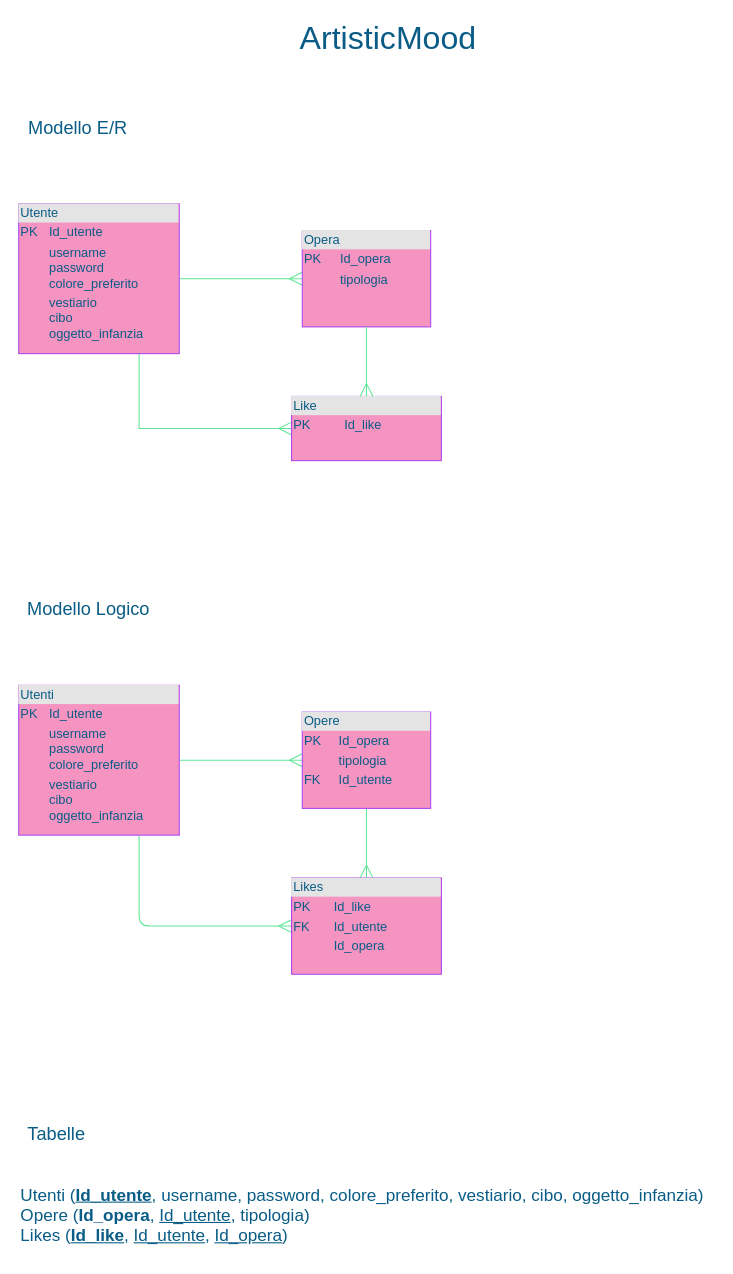
Before: ArtisticMood.drawio in ChiaraGismondi02/ArtisticMood, a draw.io diagram. Source tidied: cells renumbered, new cells numbered last; positions are measured from the earlier drawing's top-left corner, leaving out a move shared by most shapes. Both pictures are drawn from the tidied source at 107%, with x=0, y=0 at pixel (18, 21).
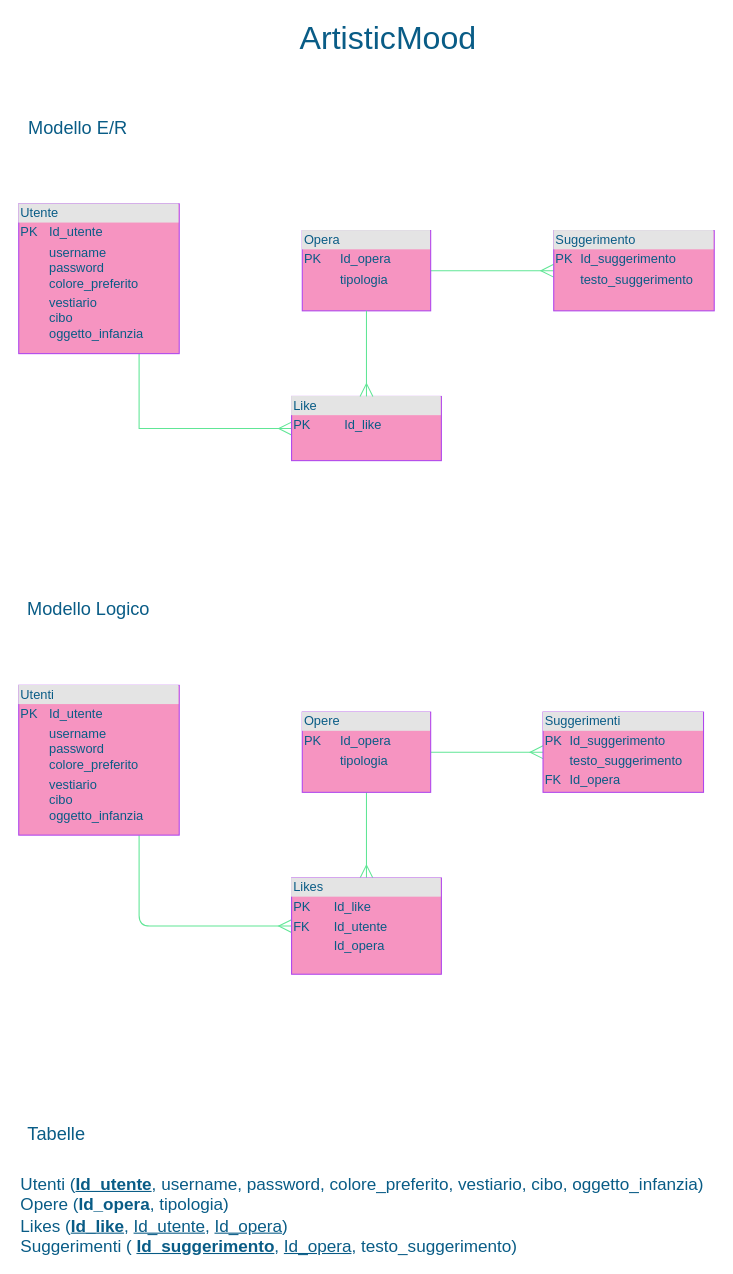
Above is the later version.

The change refers to these unchanged cells:
```xml
<mxCell id="4" value="&lt;div style=&quot;box-sizing: border-box ; width: 100% ; background: #e4e4e4 ; padding: 2px&quot;&gt;Utente&lt;/div&gt;&lt;table style=&quot;width: 100% ; font-size: 1em&quot; cellpadding=&quot;2&quot; cellspacing=&quot;0&quot;&gt;&lt;tbody&gt;&lt;tr&gt;&lt;td&gt;PK&lt;/td&gt;&lt;td&gt;Id_utente&lt;br&gt;&lt;/td&gt;&lt;/tr&gt;&lt;tr&gt;&lt;td&gt;&lt;br&gt;&lt;/td&gt;&lt;td&gt;username&lt;br&gt;password&lt;br&gt;colore_preferito&lt;/td&gt;&lt;/tr&gt;&lt;tr&gt;&lt;td&gt;&lt;/td&gt;&lt;td&gt;vestiario&lt;br&gt;cibo&lt;br&gt;oggetto_infanzia&lt;br&gt;&lt;/td&gt;&lt;/tr&gt;&lt;/tbody&gt;&lt;/table&gt;" style="verticalAlign=top;align=left;overflow=fill;html=1;fillColor=#F694C1;strokeColor=#AF45ED;fontColor=#095C86;" parent="1" vertex="1">
  <mxGeometry y="170" width="150" height="140" as="geometry" />
</mxCell>
<mxCell id="13" value="&lt;div style=&quot;box-sizing: border-box ; width: 100% ; background: #e4e4e4 ; padding: 2px&quot;&gt;Utenti&lt;/div&gt;&lt;table style=&quot;width: 100% ; font-size: 1em&quot; cellpadding=&quot;2&quot; cellspacing=&quot;0&quot;&gt;&lt;tbody&gt;&lt;tr&gt;&lt;td&gt;PK&lt;/td&gt;&lt;td&gt;Id_utente&lt;br&gt;&lt;/td&gt;&lt;/tr&gt;&lt;tr&gt;&lt;td&gt;&lt;br&gt;&lt;/td&gt;&lt;td&gt;username&lt;br&gt;password&lt;br&gt;colore_preferito&lt;/td&gt;&lt;/tr&gt;&lt;tr&gt;&lt;td&gt;&lt;/td&gt;&lt;td&gt;vestiario&lt;br&gt;cibo&lt;br&gt;oggetto_infanzia&lt;br&gt;&lt;/td&gt;&lt;/tr&gt;&lt;/tbody&gt;&lt;/table&gt;" style="verticalAlign=top;align=left;overflow=fill;html=1;fillColor=#F694C1;strokeColor=#AF45ED;fontColor=#095C86;" parent="1" vertex="1">
  <mxGeometry y="620" width="150" height="140" as="geometry" />
</mxCell>
<mxCell id="16" value="&lt;div style=&quot;box-sizing: border-box ; width: 100% ; background: #e4e4e4 ; padding: 2px&quot;&gt;Likes&lt;/div&gt;&lt;table style=&quot;width: 100% ; font-size: 1em&quot; cellpadding=&quot;2&quot; cellspacing=&quot;0&quot;&gt;&lt;tbody&gt;&lt;tr&gt;&lt;td&gt;PK&lt;/td&gt;&lt;td&gt;Id_like&lt;/td&gt;&lt;/tr&gt;&lt;tr&gt;&lt;td&gt;FK&lt;/td&gt;&lt;td&gt;Id_utente&lt;/td&gt;&lt;/tr&gt;&lt;tr&gt;&lt;td&gt;&lt;/td&gt;&lt;td&gt;Id_opera&lt;/td&gt;&lt;/tr&gt;&lt;/tbody&gt;&lt;/table&gt;" style="verticalAlign=top;align=left;overflow=fill;html=1;fillColor=#F694C1;strokeColor=#AF45ED;fontColor=#095C86;" parent="1" vertex="1">
  <mxGeometry x="255" y="800" width="140" height="90" as="geometry" />
</mxCell>
```

Diff of the diagram source:
```diff
@@
-    <mxCell id="3" style="edgeStyle=orthogonalEdgeStyle;rounded=0;jettySize=auto;html=1;exitX=1;exitY=0.5;exitDx=0;exitDy=0;entryX=0;entryY=0.5;entryDx=0;entryDy=0;endArrow=ERmany;endFill=0;endSize=10;strokeColor=#60E696;fontColor=#095C86;" parent="1" edge="1" source="4" target="5">
-      <mxGeometry relative="1" as="geometry" />
-    </mxCell>
@@
+    <mxCell id="19" style="edgeStyle=orthogonalEdgeStyle;curved=0;rounded=1;sketch=0;jettySize=auto;html=1;exitX=1;exitY=0.5;exitDx=0;exitDy=0;entryX=0;entryY=0.5;entryDx=0;entryDy=0;startArrow=none;startFill=0;endArrow=ERmany;endFill=0;startSize=10;endSize=10;strokeColor=#60E696;fontColor=#095C86;" parent="1" edge="1" source="5" target="21">
+      <mxGeometry relative="1" as="geometry" />
+    </mxCell>
     <mxCell id="5" value="&lt;div style=&quot;box-sizing: border-box ; width: 100% ; background: #e4e4e4 ; padding: 2px&quot;&gt;Opera&lt;/div&gt;&lt;table style=&quot;width: 100% ; font-size: 1em&quot; cellpadding=&quot;2&quot; cellspacing=&quot;0&quot;&gt;&lt;tbody&gt;&lt;tr&gt;&lt;td&gt;PK&lt;/td&gt;&lt;td&gt;Id_opera&lt;/td&gt;&lt;/tr&gt;&lt;tr&gt;&lt;td&gt;&lt;br&gt;&lt;/td&gt;&lt;td&gt;tipologia&lt;/td&gt;&lt;/tr&gt;&lt;tr&gt;&lt;td&gt;&lt;/td&gt;&lt;td&gt;&lt;br&gt;&lt;/td&gt;&lt;/tr&gt;&lt;/tbody&gt;&lt;/table&gt;" style="verticalAlign=top;align=left;overflow=fill;html=1;fillColor=#F694C1;strokeColor=#AF45ED;fontColor=#095C86;" parent="1" vertex="1">
-      <mxGeometry x="265" y="195" width="120" height="90" as="geometry" />
+      <mxGeometry x="265" y="195" width="120" height="75" as="geometry" />
     </mxCell>
@@
-    <mxCell id="11" style="edgeStyle=orthogonalEdgeStyle;curved=0;rounded=1;sketch=0;jettySize=auto;html=1;exitX=1;exitY=0.5;exitDx=0;exitDy=0;entryX=0;entryY=0.5;entryDx=0;entryDy=0;fontColor=#095C86;strokeColor=#60E696;fillColor=#F694C1;endArrow=ERmany;endFill=0;endSize=10;" parent="1" edge="1" source="13" target="15">
-      <mxGeometry relative="1" as="geometry" />
-    </mxCell>
-    <mxCell id="12" style="edgeStyle=orthogonalEdgeStyle;curved=0;rounded=1;sketch=0;jettySize=auto;html=1;exitX=0.75;exitY=1;exitDx=0;exitDy=0;entryX=0;entryY=0.5;entryDx=0;entryDy=0;fontColor=#095C86;startArrow=none;startFill=0;endArrow=ERmany;endFill=0;startSize=10;endSize=10;strokeColor=#60E696;fillColor=#F694C1;" parent="1" edge="1" source="13" target="16">
+    <mxCell id="12" style="edgeStyle=orthogonalEdgeStyle;curved=0;rounded=1;sketch=0;jettySize=auto;html=1;exitX=0.75;exitY=1;exitDx=0;exitDy=0;entryX=0;entryY=0.5;entryDx=0;entryDy=0;startArrow=none;startFill=0;endArrow=ERmany;endFill=0;startSize=10;endSize=10;strokeColor=#60E696;fontColor=#095C86;" parent="1" edge="1" source="13" target="16">
       <mxGeometry relative="1" as="geometry" />
     </mxCell>
@@
-    <mxCell id="14" style="edgeStyle=orthogonalEdgeStyle;curved=0;rounded=1;sketch=0;jettySize=auto;html=1;entryX=0.5;entryY=0;entryDx=0;entryDy=0;fontColor=#095C86;endArrow=ERmany;endFill=0;endSize=10;strokeColor=#60E696;fillColor=#F694C1;startArrow=none;startFill=0;startSize=10;exitX=0.5;exitY=1;exitDx=0;exitDy=0;" parent="1" edge="1" source="15" target="16">
+    <mxCell id="14" style="edgeStyle=orthogonalEdgeStyle;curved=0;rounded=1;sketch=0;jettySize=auto;html=1;entryX=0.5;entryY=0;entryDx=0;entryDy=0;endArrow=ERmany;endFill=0;endSize=10;startArrow=none;startFill=0;startSize=10;exitX=0.5;exitY=1;exitDx=0;exitDy=0;strokeColor=#60E696;fontColor=#095C86;" parent="1" edge="1" source="15" target="16">
       <mxGeometry relative="1" as="geometry" />
     </mxCell>
+    <mxCell id="20" style="edgeStyle=orthogonalEdgeStyle;curved=0;rounded=1;sketch=0;jettySize=auto;html=1;exitX=1;exitY=0.5;exitDx=0;exitDy=0;entryX=0;entryY=0.5;entryDx=0;entryDy=0;startArrow=none;startFill=0;endArrow=ERmany;endFill=0;startSize=10;endSize=10;strokeColor=#60E696;fontColor=#095C86;" parent="1" edge="1" source="15" target="22">
+      <mxGeometry relative="1" as="geometry" />
+    </mxCell>
-    <mxCell id="15" value="&lt;div style=&quot;box-sizing: border-box ; width: 100% ; background: #e4e4e4 ; padding: 2px&quot;&gt;Opere&lt;/div&gt;&lt;table style=&quot;width: 100% ; font-size: 1em&quot; cellpadding=&quot;2&quot; cellspacing=&quot;0&quot;&gt;&lt;tbody&gt;&lt;tr&gt;&lt;td&gt;PK&lt;/td&gt;&lt;td&gt;Id_opera&lt;/td&gt;&lt;/tr&gt;&lt;tr&gt;&lt;td&gt;&lt;br&gt;&lt;/td&gt;&lt;td&gt;tipologia&lt;/td&gt;&lt;/tr&gt;&lt;tr&gt;&lt;td&gt;FK&lt;/td&gt;&lt;td&gt;Id_utente&lt;/td&gt;&lt;/tr&gt;&lt;/tbody&gt;&lt;/table&gt;" style="verticalAlign=top;align=left;overflow=fill;html=1;fillColor=#F694C1;strokeColor=#AF45ED;fontColor=#095C86;" parent="1" vertex="1">
-      <mxGeometry x="265" y="645" width="120" height="90" as="geometry" />
+    <mxCell id="15" value="&lt;div style=&quot;box-sizing: border-box ; width: 100% ; background: #e4e4e4 ; padding: 2px&quot;&gt;Opere&lt;/div&gt;&lt;table style=&quot;width: 100% ; font-size: 1em&quot; cellpadding=&quot;2&quot; cellspacing=&quot;0&quot;&gt;&lt;tbody&gt;&lt;tr&gt;&lt;td&gt;PK&lt;/td&gt;&lt;td&gt;Id_opera&lt;/td&gt;&lt;/tr&gt;&lt;tr&gt;&lt;td&gt;&lt;br&gt;&lt;/td&gt;&lt;td&gt;tipologia&lt;/td&gt;&lt;/tr&gt;&lt;tr&gt;&lt;td&gt;&lt;br&gt;&lt;/td&gt;&lt;td&gt;&lt;br&gt;&lt;/td&gt;&lt;/tr&gt;&lt;/tbody&gt;&lt;/table&gt;" style="verticalAlign=top;align=left;overflow=fill;html=1;fillColor=#F694C1;strokeColor=#AF45ED;fontColor=#095C86;" parent="1" vertex="1">
+      <mxGeometry x="265" y="645" width="120" height="75" as="geometry" />
     </mxCell>
@@
-    <mxCell id="18" value="&lt;font style=&quot;font-size: 16px&quot;&gt;Utenti (&lt;u&gt;&lt;b&gt;Id_utente&lt;/b&gt;&lt;/u&gt;, username, password, colore_preferito, vestiario, cibo, oggetto_infanzia)&lt;br&gt;Opere (&lt;b&gt;Id_opera&lt;/b&gt;, &lt;u&gt;Id_utente&lt;/u&gt;, tipologia)&lt;br&gt;Likes (&lt;u&gt;&lt;b&gt;Id_like&lt;/b&gt;&lt;/u&gt;, &lt;u&gt;Id_utente&lt;/u&gt;, &lt;u&gt;Id_opera&lt;/u&gt;)&amp;nbsp;&lt;/font&gt;" style="text;html=1;align=left;verticalAlign=middle;fillColor=none;strokeColor=none;rounded=0;sketch=0;fontColor=#095C86;" parent="1" vertex="1">
-      <mxGeometry y="1090" width="650" height="50" as="geometry" />
+    <mxCell id="18" value="&lt;font style=&quot;font-size: 16px&quot;&gt;Utenti (&lt;u&gt;&lt;b&gt;Id_utente&lt;/b&gt;&lt;/u&gt;, username, password, colore_preferito, vestiario, cibo, oggetto_infanzia)&lt;br&gt;Opere (&lt;b&gt;Id_opera&lt;/b&gt;, tipologia)&lt;br&gt;Likes (&lt;u&gt;&lt;b&gt;Id_like&lt;/b&gt;&lt;/u&gt;, &lt;u&gt;Id_utente&lt;/u&gt;, &lt;u&gt;Id_opera&lt;/u&gt;)&lt;br&gt;Suggerimenti ( &lt;u&gt;&lt;b&gt;Id_suggerimento&lt;/b&gt;&lt;/u&gt;, &lt;u&gt;Id_opera&lt;/u&gt;, testo_suggerimento)&lt;/font&gt;" style="text;html=1;align=left;verticalAlign=middle;fillColor=none;strokeColor=none;rounded=0;sketch=0;fontColor=#095C86;" parent="1" vertex="1">
+      <mxGeometry y="1080" width="650" height="70" as="geometry" />
     </mxCell>
+    <mxCell id="21" value="&lt;div style=&quot;box-sizing: border-box ; width: 100% ; background: #e4e4e4 ; padding: 2px&quot;&gt;Suggerimento&lt;/div&gt;&lt;table style=&quot;width: 100% ; font-size: 1em&quot; cellpadding=&quot;2&quot; cellspacing=&quot;0&quot;&gt;&lt;tbody&gt;&lt;tr&gt;&lt;td&gt;PK&lt;/td&gt;&lt;td&gt;Id_suggerimento&lt;/td&gt;&lt;/tr&gt;&lt;tr&gt;&lt;td&gt;&lt;br&gt;&lt;/td&gt;&lt;td&gt;testo_suggerimento&lt;/td&gt;&lt;/tr&gt;&lt;tr&gt;&lt;td&gt;&lt;/td&gt;&lt;td&gt;&lt;br&gt;&lt;/td&gt;&lt;/tr&gt;&lt;/tbody&gt;&lt;/table&gt;" style="verticalAlign=top;align=left;overflow=fill;html=1;fillColor=#F694C1;strokeColor=#AF45ED;fontColor=#095C86;" parent="1" vertex="1">
+      <mxGeometry x="500" y="195" width="150" height="75" as="geometry" />
+    </mxCell>
+    <mxCell id="22" value="&lt;div style=&quot;box-sizing: border-box ; width: 100% ; background: #e4e4e4 ; padding: 2px&quot;&gt;Suggerimenti&lt;/div&gt;&lt;table style=&quot;width: 100% ; font-size: 1em&quot; cellpadding=&quot;2&quot; cellspacing=&quot;0&quot;&gt;&lt;tbody&gt;&lt;tr&gt;&lt;td&gt;PK&lt;/td&gt;&lt;td&gt;Id_suggerimento&lt;/td&gt;&lt;/tr&gt;&lt;tr&gt;&lt;td&gt;&lt;br&gt;&lt;/td&gt;&lt;td&gt;testo_suggerimento&lt;/td&gt;&lt;/tr&gt;&lt;tr&gt;&lt;td&gt;FK&lt;/td&gt;&lt;td&gt;Id_opera&lt;/td&gt;&lt;/tr&gt;&lt;/tbody&gt;&lt;/table&gt;" style="verticalAlign=top;align=left;overflow=fill;html=1;fillColor=#F694C1;strokeColor=#AF45ED;fontColor=#095C86;" parent="1" vertex="1">
+      <mxGeometry x="490" y="645" width="150" height="75" as="geometry" />
+    </mxCell>
```
